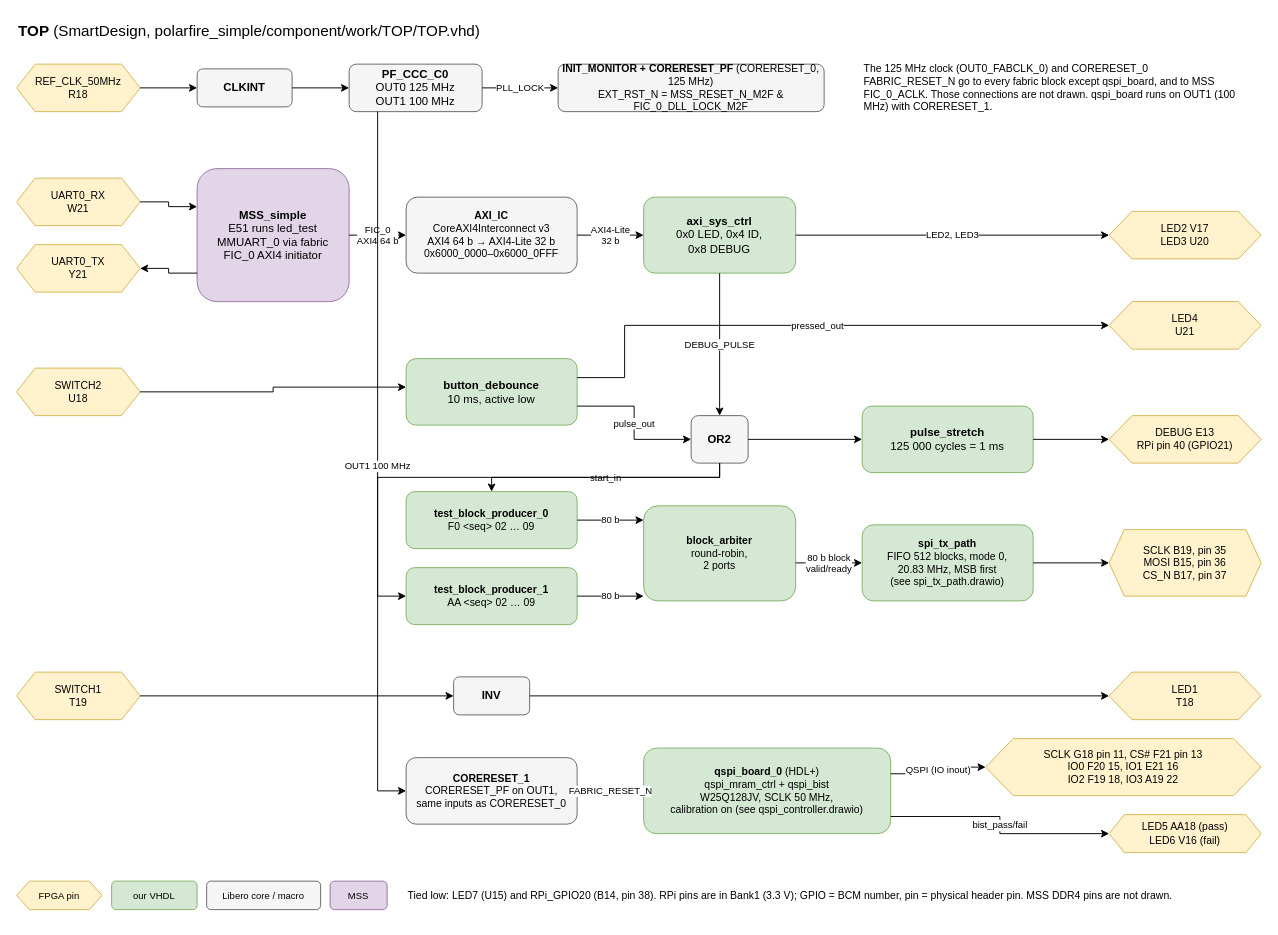
Before: documentation/top_level.drawio in jenswilly/polarfire_simple, a draw.io diagram. Source tidied: cells renumbered, new cells numbered last; positions are measured from the earlier drawing's top-left corner, leaving out a move shared by most shapes. Both pictures are drawn from the tidied source at 95%, with x=0, y=0 at pixel (16, 16).
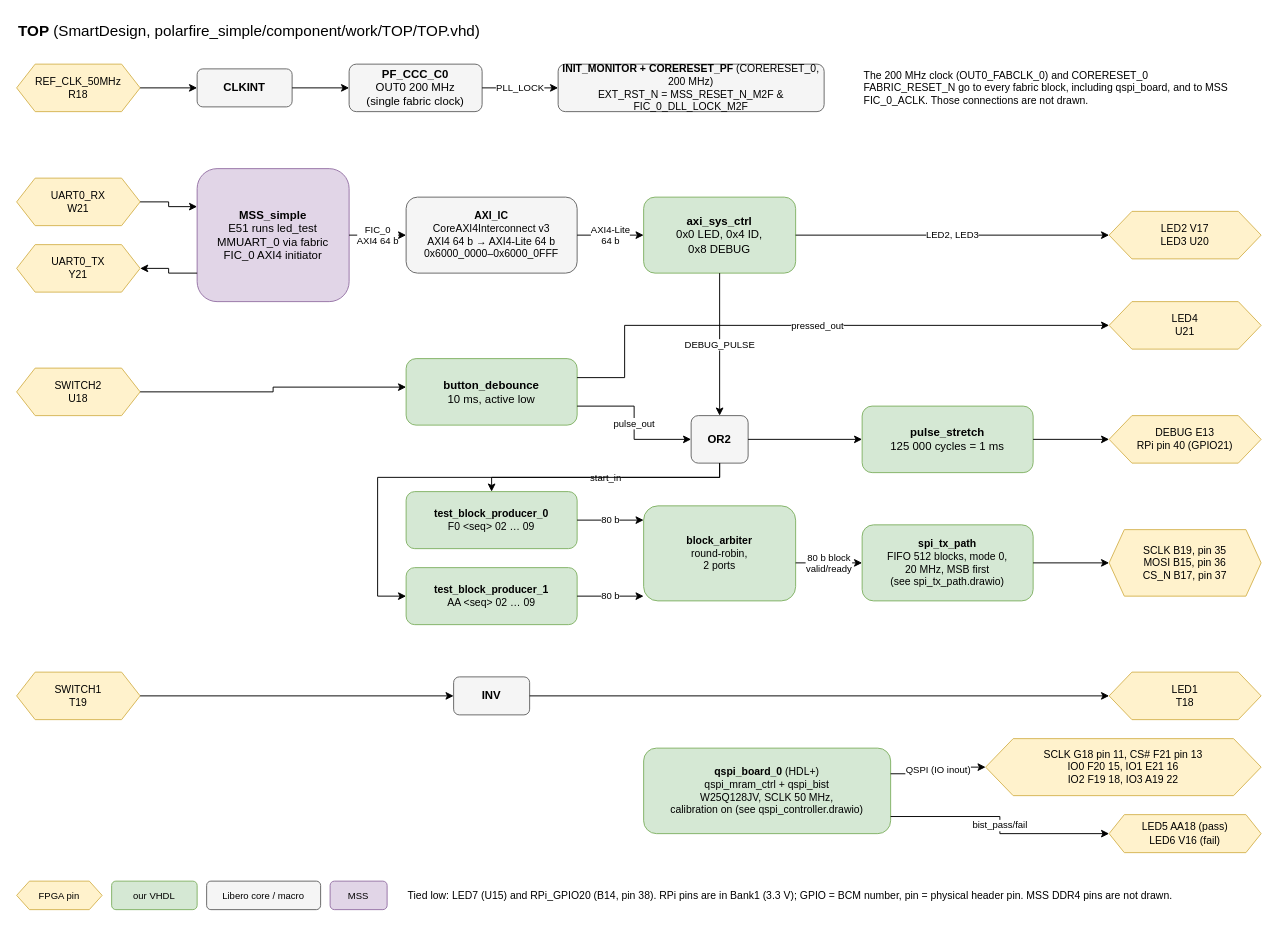
Above is the later version.

Unchanged cells that the change refers to:
```xml
<mxCell id="12" value="&lt;b&gt;axi_sys_ctrl&lt;/b&gt;&lt;br&gt;0x0 LED, 0x4 ID,&lt;br&gt;0x8 DEBUG" style="rounded=1;whiteSpace=wrap;html=1;fillColor=#d5e8d4;strokeColor=#82b366;" parent="1" vertex="1">
  <mxGeometry x="660" y="190" width="160" height="80" as="geometry" />
</mxCell>
<mxCell id="56" value="&lt;b&gt;qspi_board_0&lt;/b&gt; (HDL+)&lt;br&gt;qspi_mram_ctrl + qspi_bist&lt;br&gt;W25Q128JV, SCLK 50 MHz,&lt;br&gt;calibration on (see qspi_controller.drawio)" style="rounded=1;whiteSpace=wrap;html=1;fillColor=#d5e8d4;strokeColor=#82b366;fontSize=11;" parent="1" vertex="1">
  <mxGeometry x="660" y="770" width="260" height="90" as="geometry" />
</mxCell>
```

Diff of the diagram source:
```diff
@@
-    <mxCell id="5" value="&lt;b&gt;PF_CCC_C0&lt;/b&gt;&lt;br&gt;OUT0 125 MHz&lt;br&gt;OUT1 100 MHz" style="rounded=1;whiteSpace=wrap;html=1;fillColor=#f5f5f5;strokeColor=#666666;" parent="1" vertex="1">
+    <mxCell id="5" value="&lt;b&gt;PF_CCC_C0&lt;/b&gt;&lt;br&gt;OUT0 200 MHz&lt;br&gt;(single fabric clock)" style="rounded=1;whiteSpace=wrap;html=1;fillColor=#f5f5f5;strokeColor=#666666;" parent="1" vertex="1">
       <mxGeometry x="350" y="50" width="140" height="50" as="geometry" />
     </mxCell>
-    <mxCell id="6" value="&lt;b&gt;INIT_MONITOR + CORERESET_PF&lt;/b&gt; (CORERESET_0, 125 MHz)&lt;br&gt;EXT_RST_N = MSS_RESET_N_M2F &amp;amp; FIC_0_DLL_LOCK_M2F" style="rounded=1;whiteSpace=wrap;html=1;fillColor=#f5f5f5;strokeColor=#666666;fontSize=11;" parent="1" vertex="1">
+    <mxCell id="6" value="&lt;b&gt;INIT_MONITOR + CORERESET_PF&lt;/b&gt; (CORERESET_0, 200 MHz)&lt;br&gt;EXT_RST_N = MSS_RESET_N_M2F &amp;amp; FIC_0_DLL_LOCK_M2F" style="rounded=1;whiteSpace=wrap;html=1;fillColor=#f5f5f5;strokeColor=#666666;fontSize=11;" parent="1" vertex="1">
       <mxGeometry x="570" y="50" width="280" height="50" as="geometry" />
     </mxCell>
-    <mxCell id="7" value="The 125 MHz clock (OUT0_FABCLK_0) and CORERESET_0 FABRIC_RESET_N go to every fabric block except qspi_board, and to MSS FIC_0_ACLK. Those connections are not drawn. qspi_board runs on OUT1 (100 MHz) with CORERESET_1." style="text;html=1;align=left;verticalAlign=middle;whiteSpace=wrap;fontSize=11;" parent="1" vertex="1">
+    <mxCell id="7" value="The 200 MHz clock (OUT0_FABCLK_0) and CORERESET_0 FABRIC_RESET_N go to every fabric block, including qspi_board, and to MSS FIC_0_ACLK. Those connections are not drawn." style="text;html=1;align=left;verticalAlign=middle;whiteSpace=wrap;fontSize=11;" parent="1" vertex="1">
       <mxGeometry x="890" y="45" width="400" height="60" as="geometry" />
     </mxCell>
@@
-    <mxCell id="11" value="&lt;b&gt;AXI_IC&lt;/b&gt;&lt;br&gt;CoreAXI4Interconnect v3&lt;br&gt;AXI4 64 b → AXI4-Lite 32 b&lt;br&gt;0x6000_0000–0x6000_0FFF" style="rounded=1;whiteSpace=wrap;html=1;fillColor=#f5f5f5;strokeColor=#666666;fontSize=11;" parent="1" vertex="1">
+    <mxCell id="11" value="&lt;b&gt;AXI_IC&lt;/b&gt;&lt;br&gt;CoreAXI4Interconnect v3&lt;br&gt;AXI4 64 b → AXI4-Lite 64 b&lt;br&gt;0x6000_0000–0x6000_0FFF" style="rounded=1;whiteSpace=wrap;html=1;fillColor=#f5f5f5;strokeColor=#666666;fontSize=11;" parent="1" vertex="1">
       <mxGeometry x="410" y="190" width="180" height="80" as="geometry" />
     </mxCell>
@@
-    <mxCell id="23" value="&lt;b&gt;spi_tx_path&lt;/b&gt;&lt;br&gt;FIFO 512 blocks, mode 0,&lt;br&gt;20.83 MHz, MSB first&lt;br&gt;(see spi_tx_path.drawio)" style="rounded=1;whiteSpace=wrap;html=1;fillColor=#d5e8d4;strokeColor=#82b366;fontSize=11;" parent="1" vertex="1">
+    <mxCell id="23" value="&lt;b&gt;spi_tx_path&lt;/b&gt;&lt;br&gt;FIFO 512 blocks, mode 0,&lt;br&gt;20 MHz, MSB first&lt;br&gt;(see spi_tx_path.drawio)" style="rounded=1;whiteSpace=wrap;html=1;fillColor=#d5e8d4;strokeColor=#82b366;fontSize=11;" parent="1" vertex="1">
       <mxGeometry x="890" y="535" width="180" height="80" as="geometry" />
     </mxCell>
@@
-    <mxCell id="34" value="AXI4-Lite&lt;br&gt;32 b" style="edgeStyle=orthogonalEdgeStyle;rounded=0;html=1;fontSize=10;exitX=1;exitY=0.5;entryX=0;entryY=0.5;" parent="1" edge="1" source="11" target="12">
+    <mxCell id="34" value="AXI4-Lite&lt;br&gt;64 b" style="edgeStyle=orthogonalEdgeStyle;rounded=0;html=1;fontSize=10;exitX=1;exitY=0.5;entryX=0;entryY=0.5;" parent="1" edge="1" source="11" target="12">
       <mxGeometry relative="1" as="geometry" />
     </mxCell>
@@
-    <mxCell id="55" value="&lt;b&gt;CORERESET_1&lt;/b&gt;&lt;br&gt;CORERESET_PF on OUT1,&lt;br&gt;same inputs as CORERESET_0" style="rounded=1;whiteSpace=wrap;html=1;fillColor=#f5f5f5;strokeColor=#666666;fontSize=11;" parent="1" vertex="1">
-      <mxGeometry x="410" y="780" width="180" height="70" as="geometry" />
-    </mxCell>
@@
-    <mxCell id="59" value="OUT1 100 MHz" style="edgeStyle=orthogonalEdgeStyle;rounded=0;html=1;fontSize=10;exitX=0.2143;exitY=1;entryX=0;entryY=0.5;" parent="1" edge="1" source="5" target="55">
-      <mxGeometry relative="1" as="geometry" />
-    </mxCell>
-    <mxCell id="60" value="FABRIC_RESET_N" style="edgeStyle=orthogonalEdgeStyle;rounded=0;html=1;fontSize=10;" parent="1" edge="1" source="55" target="56">
-      <mxGeometry relative="1" as="geometry" />
-    </mxCell>
```
